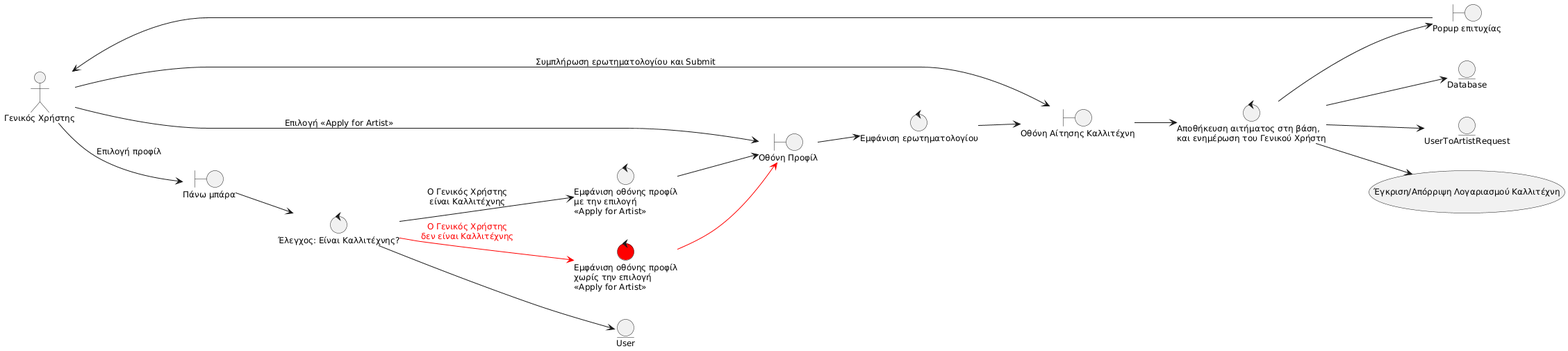
RubenKingCP/Tunix keeps this PlantUML diagram as Paradoteo_4/Robustness-diagrams-v0.3/6. Apply for artist.png. Above is the earlier version. Source of this version:
```plantuml
@startuml
skinparam defaultFontSize 12
left to right direction

actor "Γενικός Χρήστης" as GX

boundary "Πάνω μπάρα" as B_UB
boundary "Οθόνη Προφίλ" as B_PF
boundary "Οθόνη Αίτησης Καλλιτέχνη" as B_RQ
boundary "Popup επιτυχίας" as B_SUCCESS

control "Έλεγχος: Είναι Καλλιτέχνης?" as C_IA
control "Εμφάνιση οθόνης προφίλ\nμε την επιλογή\n<<Apply for Artist>>" as C_PWA
control "Εμφάνιση οθόνης προφίλ\nχωρίς την επιλογή\n<<Apply for Artist>>" as C_PWOA #red
control "Εμφάνιση ερωτηματολογίου" as C_SHQ
control "Αποθήκευση αιτήματος στη βάση,\nκαι ενημέρωση του Γενικού Χρήστη" as C_SVRQ

entity "Database" as E_DB
entity "UserToArtistRequest" as E_REQ
entity "User" as E_USR

usecase "Έγκριση/Απόρριψη Λογαριασμού Καλλιτέχνη" as UC_RESP

GX --> B_UB : Επιλογή προφίλ
B_UB --> C_IA
C_IA --> E_USR
C_IA --> C_PWA : Ο Γενικός Χρήστης\nείναι Καλλιτέχνης
C_PWA --> B_PF
GX --> B_PF : Επιλογή <<Apply for Artist>>
B_PF --> C_SHQ
C_SHQ --> B_RQ
GX --> B_RQ : Συμπλήρωση ερωτηματολογίου και Submit
B_RQ --> C_SVRQ
C_SVRQ --> E_REQ
C_SVRQ --> E_DB
C_SVRQ --> B_SUCCESS
B_SUCCESS --> GX
C_SVRQ --> UC_RESP
C_IA -[#red]-> C_PWOA : <font color="red">Ο Γενικός Χρήστης</font>\n<font color="red">δεν είναι Καλλιτέχνης</font>
C_PWOA -[#red]-> B_PF
@enduml
```
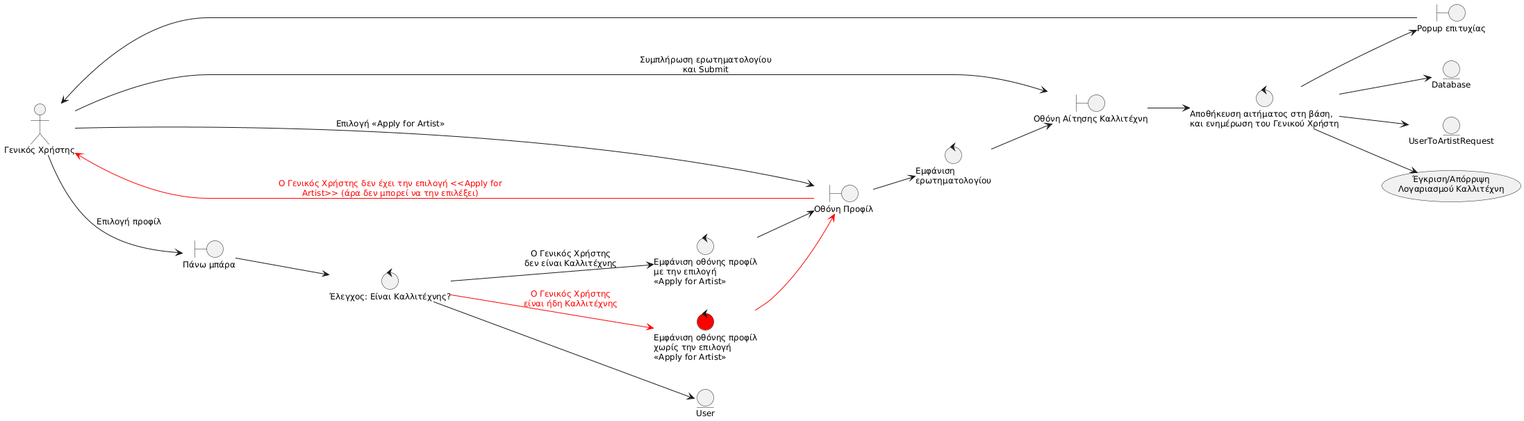
After the commit.

Diff of the diagram source:
```diff
@@ -12,30 +12,31 @@
 control "Έλεγχος: Είναι Καλλιτέχνης?" as C_IA
 control "Εμφάνιση οθόνης προφίλ\nμε την επιλογή\n<<Apply for Artist>>" as C_PWA
 control "Εμφάνιση οθόνης προφίλ\nχωρίς την επιλογή\n<<Apply for Artist>>" as C_PWOA #red
-control "Εμφάνιση ερωτηματολογίου" as C_SHQ
+control "Εμφάνιση\nερωτηματολογίου" as C_SHQ
 control "Αποθήκευση αιτήματος στη βάση,\nκαι ενημέρωση του Γενικού Χρήστη" as C_SVRQ
 
 entity "Database" as E_DB
 entity "UserToArtistRequest" as E_REQ
 entity "User" as E_USR
 
-usecase "Έγκριση/Απόρριψη Λογαριασμού Καλλιτέχνη" as UC_RESP
+usecase "Έγκριση/Απόρριψη\nΛογαριασμού Καλλιτέχνη" as UC_RESP
 
 GX --> B_UB : Επιλογή προφίλ
 B_UB --> C_IA
 C_IA --> E_USR
-C_IA --> C_PWA : Ο Γενικός Χρήστης\nείναι Καλλιτέχνης
+C_IA --> C_PWA : Ο Γενικός Χρήστης\nδεν είναι Καλλιτέχνης
 C_PWA --> B_PF
 GX --> B_PF : Επιλογή <<Apply for Artist>>
 B_PF --> C_SHQ
 C_SHQ --> B_RQ
-GX --> B_RQ : Συμπλήρωση ερωτηματολογίου και Submit
+GX --> B_RQ : Συμπλήρωση ερωτηματολογίου\nκαι Submit
 B_RQ --> C_SVRQ
 C_SVRQ --> E_REQ
 C_SVRQ --> E_DB
 C_SVRQ --> B_SUCCESS
 B_SUCCESS --> GX
 C_SVRQ --> UC_RESP
-C_IA -[#red]-> C_PWOA : <font color="red">Ο Γενικός Χρήστης</font>\n<font color="red">δεν είναι Καλλιτέχνης</font>
+C_IA -[#red]-> C_PWOA : <font color="red">Ο Γενικός Χρήστης</font>\n<font color="red">είναι ήδη Καλλιτέχνης</font>
 C_PWOA -[#red]-> B_PF
+B_PF -[#red]-> GX : <font color="red">Ο Γενικός Χρήστης δεν έχει την επιλογή <<Apply for</font>\n<font color="red">Artist>> (άρα δεν μπορεί να την επιλέξει)</font>
 @enduml
```
